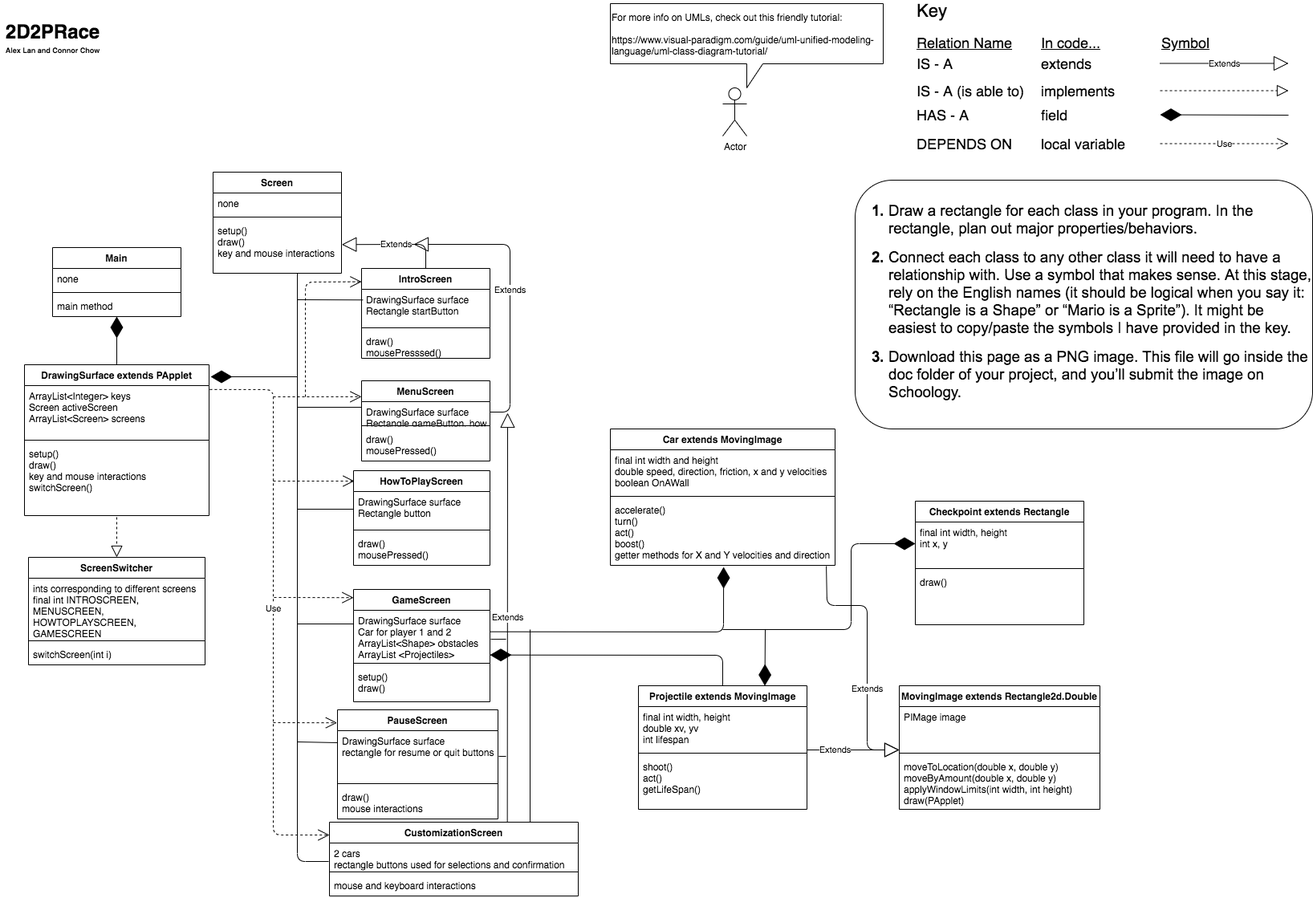
Before: 2D2PRace/doc/2D2PRace - Final Project UML.png, a diagram exported from draw.io (HHSAPCompSci2020/capstone-project-yes). Source tidied: cells renumbered, new cells last; positions are measured from the earlier drawing's top-left corner, leaving out a move shared by most shapes.
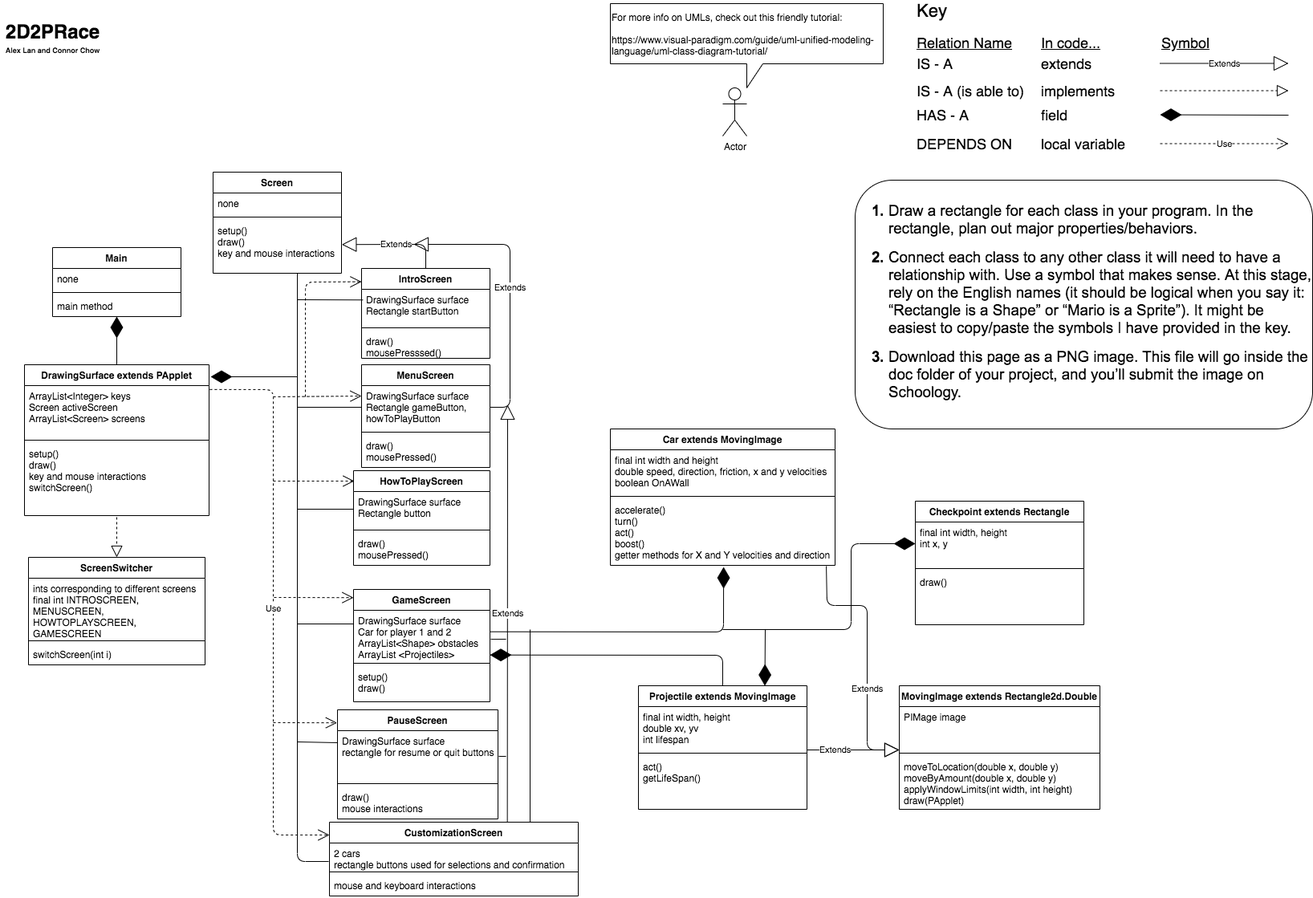
Later version of the same file.

The edit, as a diff of the source:
```diff
@@ -153,16 +153,16 @@
       <mxGeometry y="78" width="160" height="34" as="geometry" />
     </mxCell>
     <mxCell id="46" value="MenuScreen" style="swimlane;fontStyle=1;align=center;verticalAlign=top;horizontal=1;startSize=26;" parent="1" vertex="1">
-      <mxGeometry x="450" y="471" width="160" height="100" as="geometry" />
+      <mxGeometry x="450" y="451" width="160" height="128" as="geometry" />
     </mxCell>
-    <mxCell id="47" value="DrawingSurface surface&#10;Rectangle gameButton, howToPlaButton" style="text;strokeColor=none;fillColor=none;align=left;verticalAlign=top;spacingLeft=4;spacingRight=4;overflow=hidden;points=[[0,0.5],[1,0.5]];portConstraint=eastwest;" parent="46" vertex="1">
-      <mxGeometry y="26" width="160" height="26" as="geometry" />
+    <mxCell id="47" value="DrawingSurface surface&#10;Rectangle gameButton, &#10;howToPlayButton" style="text;strokeColor=none;fillColor=none;align=left;verticalAlign=top;spacingLeft=4;spacingRight=4;overflow=hidden;points=[[0,0.5],[1,0.5]];portConstraint=eastwest;" parent="46" vertex="1">
+      <mxGeometry y="26" width="160" height="54" as="geometry" />
     </mxCell>
     <mxCell id="48" style="line;strokeWidth=1;fillColor=none;align=left;verticalAlign=middle;spacingTop=-1;spacingLeft=3;spacingRight=3;labelPosition=right;" parent="46" vertex="1">
-      <mxGeometry y="52" width="160" height="8" as="geometry" />
+      <mxGeometry y="80" width="160" height="8" as="geometry" />
     </mxCell>
     <mxCell id="49" value="draw()&#10;mousePressed()" style="text;strokeColor=none;fillColor=none;align=left;verticalAlign=top;spacingLeft=4;spacingRight=4;overflow=hidden;" parent="46" vertex="1">
-      <mxGeometry y="60" width="160" height="40" as="geometry" />
+      <mxGeometry y="88" width="160" height="40" as="geometry" />
     </mxCell>
     <mxCell id="50" value="Extends" style="endArrow=block;endSize=16;endFill=0;html=1;exitX=0.5;exitY=0;exitDx=0;exitDy=0;entryX=1.002;entryY=0.458;entryDx=0;entryDy=0;entryPerimeter=0;" parent="1" edge="1" source="42" target="41">
       <mxGeometry relative="1" as="geometry">
@@ -175,7 +175,7 @@
       <mxGeometry relative="1" as="geometry">
         <mxPoint x="515" y="301" as="targetPoint" />
         <Array as="points">
-          <mxPoint x="635" y="510" />
+          <mxPoint x="635" y="504" />
           <mxPoint x="635" y="301" />
         </Array>
       </mxGeometry>
@@ -199,7 +199,7 @@
     </mxCell>
     <mxCell id="57" value="Extends" style="endArrow=block;endSize=16;endFill=0;html=1;exitX=0.715;exitY=0.004;exitDx=0;exitDy=0;exitPerimeter=0;" parent="1" edge="1" source="53">
       <mxGeometry relative="1" as="geometry">
-        <mxPoint x="632" y="511" as="targetPoint" />
+        <mxPoint x="632" y="501" as="targetPoint" />
       </mxGeometry>
     </mxCell>
     <mxCell id="58" value="GameScreen" style="swimlane;fontStyle=1;align=center;verticalAlign=top;horizontal=1;startSize=26;" parent="1" vertex="1">
@@ -267,7 +267,7 @@
         <mxPoint x="341" y="741" as="sourcePoint" />
       </mxGeometry>
     </mxCell>
-    <mxCell id="75" style="endArrow=open;dashed=1;html=1;entryX=0;entryY=0.199;entryDx=0;entryDy=0;entryPerimeter=0;endFill=0;endSize=12;" parent="1" edge="1" target="46">
+    <mxCell id="75" style="endArrow=open;dashed=1;html=1;entryX=0;entryY=0.241;entryDx=0;entryDy=0;entryPerimeter=0;endFill=0;endSize=12;" parent="1" edge="1" target="47">
       <mxGeometry relative="1" as="geometry">
         <mxPoint x="340" y="491" as="sourcePoint" />
       </mxGeometry>
@@ -322,7 +322,7 @@
         <mxPoint x="440" y="631" as="targetPoint" />
       </mxGeometry>
     </mxCell>
-    <mxCell id="86" style="endArrow=none;html=1;endSize=12;entryX=0;entryY=0.269;entryDx=0;entryDy=0;entryPerimeter=0;" parent="1" edge="1" target="47">
+    <mxCell id="86" style="endArrow=none;html=1;endSize=12;entryX=0;entryY=0.5;entryDx=0;entryDy=0;" parent="1" edge="1" target="47">
       <mxGeometry relative="1" as="geometry">
         <mxPoint x="370" y="504" as="sourcePoint" />
       </mxGeometry>
@@ -350,7 +350,7 @@
     <mxCell id="91" style="line;strokeWidth=1;fillColor=none;align=left;verticalAlign=middle;spacingTop=-1;spacingLeft=3;spacingRight=3;labelPosition=right;" parent="89" vertex="1">
       <mxGeometry y="80" width="210" height="8" as="geometry" />
     </mxCell>
-    <mxCell id="92" value="shoot()&#10;act()&#10;getLifeSpan()" style="text;strokeColor=none;fillColor=none;align=left;verticalAlign=top;spacingLeft=4;spacingRight=4;overflow=hidden;" parent="89" vertex="1">
+    <mxCell id="92" value="act()&#10;getLifeSpan()" style="text;strokeColor=none;fillColor=none;align=left;verticalAlign=top;spacingLeft=4;spacingRight=4;overflow=hidden;" parent="89" vertex="1">
       <mxGeometry y="88" width="210" height="66" as="geometry" />
     </mxCell>
     <mxCell id="93" style="endArrow=none;html=1;endSize=12;" parent="1" edge="1">
```
